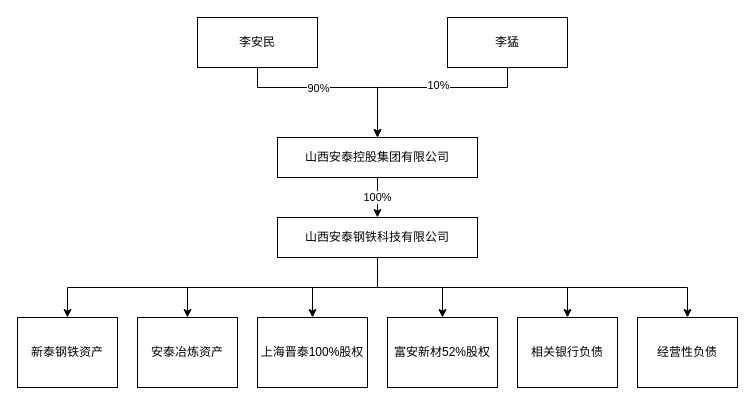
Earlier version of the draw.io diagram 最终资产控制情况.drawio (cherngzi/picbed). Source tidied: cells renumbered, new cells numbered last; positions are measured from the earlier drawing's top-left corner, leaving out a move shared by most shapes. Both pictures are drawn from the tidied source at 100%, with x=0, y=0 at pixel (17, 17).
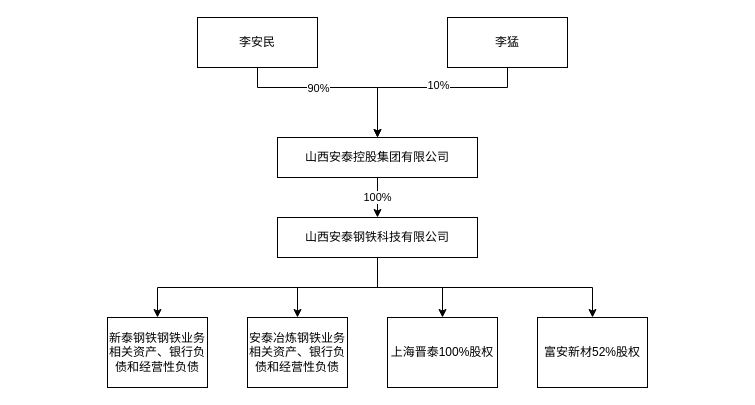
The same page after the edit.

Commit message:
更新最终资产控制情况.drawio

The change refers to these unchanged cells:
```xml
<mxCell id="16" value="山西安泰钢铁科技有限公司" style="rounded=0;whiteSpace=wrap;html=1;" parent="1" vertex="1">
  <mxGeometry x="260" y="200" width="200" height="40" as="geometry" />
</mxCell>
```

What changed in the source:
```diff
@@
+    <mxCell id="13" style="edgeStyle=orthogonalEdgeStyle;rounded=0;jettySize=auto;html=1;entryX=0.5;entryY=0;entryDx=0;entryDy=0;" parent="1" edge="1" source="16" target="17">
+      <mxGeometry relative="1" as="geometry">
+        <Array as="points">
+          <mxPoint x="360" y="270" />
+          <mxPoint x="140" y="270" />
+        </Array>
+      </mxGeometry>
+    </mxCell>
+    <mxCell id="12" style="edgeStyle=orthogonalEdgeStyle;rounded=0;jettySize=auto;html=1;entryX=0.5;entryY=0;entryDx=0;entryDy=0;" parent="1" edge="1" source="16" target="19">
+      <mxGeometry relative="1" as="geometry" />
+    </mxCell>
-    <mxCell id="10" style="edgeStyle=orthogonalEdgeStyle;rounded=0;jettySize=auto;html=1;entryX=0.5;entryY=0;entryDx=0;entryDy=0;" parent="1" edge="1" source="16" target="18">
+    <mxCell id="10" style="edgeStyle=orthogonalEdgeStyle;rounded=0;jettySize=auto;html=1;" parent="1" edge="1" source="16" target="18">
       <mxGeometry relative="1" as="geometry" />
     </mxCell>
-    <mxCell id="11" style="edgeStyle=orthogonalEdgeStyle;rounded=0;jettySize=auto;html=1;" parent="1" edge="1" source="16" target="20">
-      <mxGeometry relative="1" as="geometry" />
+    <mxCell id="11" style="edgeStyle=orthogonalEdgeStyle;rounded=0;jettySize=auto;html=1;entryX=0.5;entryY=0;entryDx=0;entryDy=0;" parent="1" edge="1" source="16" target="20">
+      <mxGeometry relative="1" as="geometry">
+        <Array as="points">
+          <mxPoint x="360" y="270" />
+          <mxPoint x="575" y="270" />
+        </Array>
+      </mxGeometry>
     </mxCell>
-    <mxCell id="12" style="edgeStyle=orthogonalEdgeStyle;rounded=0;jettySize=auto;html=1;" parent="1" edge="1" source="16" target="19">
-      <mxGeometry relative="1" as="geometry">
-        <Array as="points">
-          <mxPoint x="360" y="270" />
-          <mxPoint x="170" y="270" />
-        </Array>
-      </mxGeometry>
-    </mxCell>
-    <mxCell id="13" style="edgeStyle=orthogonalEdgeStyle;rounded=0;jettySize=auto;html=1;" parent="1" edge="1" source="16" target="17">
-      <mxGeometry relative="1" as="geometry">
-        <Array as="points">
-          <mxPoint x="360" y="270" />
-          <mxPoint x="50" y="270" />
-        </Array>
-      </mxGeometry>
-    </mxCell>
-    <mxCell id="14" style="edgeStyle=orthogonalEdgeStyle;rounded=0;jettySize=auto;html=1;entryX=0.5;entryY=0;entryDx=0;entryDy=0;" parent="1" edge="1" source="16" target="21">
-      <mxGeometry relative="1" as="geometry">
-        <Array as="points">
-          <mxPoint x="360" y="270" />
-          <mxPoint x="550" y="270" />
-        </Array>
-      </mxGeometry>
-    </mxCell>
-    <mxCell id="15" style="edgeStyle=orthogonalEdgeStyle;rounded=0;jettySize=auto;html=1;" parent="1" edge="1" source="16" target="22">
-      <mxGeometry relative="1" as="geometry">
-        <Array as="points">
-          <mxPoint x="360" y="270" />
-          <mxPoint x="670" y="270" />
-        </Array>
-      </mxGeometry>
-    </mxCell>
@@
-    <mxCell id="17" value="新泰钢铁资产" style="rounded=0;whiteSpace=wrap;html=1;" parent="1" vertex="1">
-      <mxGeometry y="300" width="100" height="70" as="geometry" />
+    <mxCell id="17" value="新泰钢铁钢铁业务相关资产、银行负债和经营性负债" style="rounded=0;whiteSpace=wrap;html=1;" parent="1" vertex="1">
+      <mxGeometry x="90" y="300" width="100" height="70" as="geometry" />
     </mxCell>
     <mxCell id="18" value="上海晋泰100%股权" style="rounded=0;whiteSpace=wrap;html=1;" parent="1" vertex="1">
-      <mxGeometry x="240" y="300" width="110" height="70" as="geometry" />
+      <mxGeometry x="370" y="300" width="110" height="70" as="geometry" />
     </mxCell>
-    <mxCell id="19" value="安泰冶炼资产" style="rounded=0;whiteSpace=wrap;html=1;" parent="1" vertex="1">
-      <mxGeometry x="120" y="300" width="100" height="70" as="geometry" />
+    <mxCell id="19" value="安泰冶炼钢铁业务相关资产、银行负债和经营性负债" style="rounded=0;whiteSpace=wrap;html=1;" parent="1" vertex="1">
+      <mxGeometry x="230" y="300" width="100" height="70" as="geometry" />
     </mxCell>
     <mxCell id="20" value="富安新材52%股权" style="rounded=0;whiteSpace=wrap;html=1;" parent="1" vertex="1">
-      <mxGeometry x="370" y="300" width="110" height="70" as="geometry" />
+      <mxGeometry x="520" y="300" width="110" height="70" as="geometry" />
     </mxCell>
-    <mxCell id="21" value="相关银行负债" style="rounded=0;whiteSpace=wrap;html=1;" parent="1" vertex="1">
-      <mxGeometry x="500" y="300" width="100" height="70" as="geometry" />
-    </mxCell>
-    <mxCell id="22" value="经营性负债" style="rounded=0;whiteSpace=wrap;html=1;" parent="1" vertex="1">
-      <mxGeometry x="620" y="300" width="100" height="70" as="geometry" />
-    </mxCell>
```
